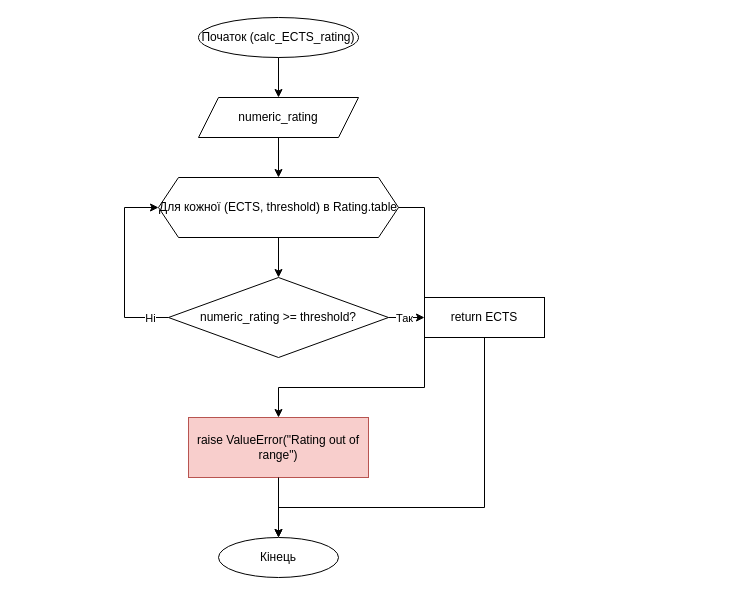
Figeiron/LabWork keeps this draw.io diagram as page "calc_ECTS_rating_logic" (2 of 3) of LabWork_8/doc/solution1.drawio.xml. Above is the earlier version. Source tidied: cells renumbered, new cells numbered last; positions are measured from the earlier drawing's top-left corner, leaving out a move shared by most shapes. Both pictures are drawn from the tidied source at 100%, with x=0, y=0 at pixel (124, 17).
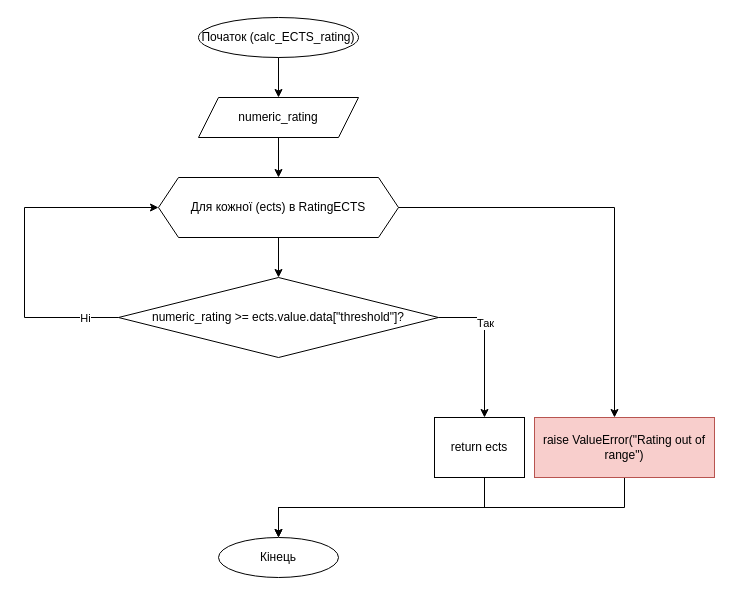
Above is the later version.

Unchanged cells that the change refers to:
```xml
<mxCell id="8" value="Кінець" style="ellipse;whiteSpace=wrap;html=1;" parent="1" vertex="1">
  <mxGeometry x="94" y="520" width="120" height="40" as="geometry" />
</mxCell>
```

What changed in the source:
```diff
@@
-    <mxCell id="4" value="Для кожної (ECTS, threshold) в Rating.table" style="shape=hexagon;perimeter=hexagonPerimeter2;whiteSpace=wrap;html=1;fixedSize=1;" parent="1" vertex="1">
+    <mxCell id="4" value="Для кожної (ects) в RatingECTS" style="shape=hexagon;perimeter=hexagonPerimeter2;whiteSpace=wrap;html=1;fixedSize=1;" parent="1" vertex="1">
       <mxGeometry x="34" y="160" width="240" height="60" as="geometry" />
     </mxCell>
-    <mxCell id="5" value="numeric_rating &gt;= threshold?" style="rhombus;whiteSpace=wrap;html=1;" parent="1" vertex="1">
-      <mxGeometry x="44" y="260" width="220" height="80" as="geometry" />
+    <mxCell id="5" value="numeric_rating &gt;= ects.value.data[&quot;threshold&quot;]?" style="rhombus;whiteSpace=wrap;html=1;" parent="1" vertex="1">
+      <mxGeometry x="-6" y="260" width="320" height="80" as="geometry" />
     </mxCell>
-    <mxCell id="6" value="return ECTS" style="rounded=1;whiteSpace=wrap;html=1;arcSize=0;" parent="1" vertex="1">
-      <mxGeometry x="300" y="280" width="120" height="40" as="geometry" />
+    <mxCell id="6" value="return ects" style="rounded=1;whiteSpace=wrap;html=1;arcSize=0;direction=south;" parent="1" vertex="1">
+      <mxGeometry x="310" y="400" width="90" height="60" as="geometry" />
     </mxCell>
+    <mxCell id="18" style="edgeStyle=orthogonalEdgeStyle;rounded=0;jettySize=auto;html=1;entryX=0.5;entryY=0;entryDx=0;entryDy=0;" parent="1" edge="1" source="7" target="8">
+      <mxGeometry relative="1" as="geometry">
+        <Array as="points">
+          <mxPoint x="500" y="490" />
+          <mxPoint x="154" y="490" />
+        </Array>
+      </mxGeometry>
+    </mxCell>
     <mxCell id="7" value="raise ValueError(&quot;Rating out of range&quot;)" style="whiteSpace=wrap;html=1;fillColor=#f8cecc;strokeColor=#b85450;" parent="1" vertex="1">
-      <mxGeometry x="64" y="400" width="180" height="60" as="geometry" />
+      <mxGeometry x="410" y="400" width="180" height="60" as="geometry" />
     </mxCell>
@@
     <mxCell id="12" style="edgeStyle=orthogonalEdgeStyle;rounded=0;jettySize=auto;html=1;" parent="1" edge="1" source="5" target="6">
-      <mxGeometry relative="1" as="geometry" />
+      <mxGeometry relative="1" as="geometry">
+        <Array as="points">
+          <mxPoint x="360" y="300" />
+        </Array>
+      </mxGeometry>
     </mxCell>
@@
     <mxCell id="14" style="edgeStyle=orthogonalEdgeStyle;rounded=0;jettySize=auto;html=1;entryX=0;entryY=0.5;entryDx=0;entryDy=0;" parent="1" edge="1" source="5" target="4">
       <mxGeometry relative="1" as="geometry">
         <Array as="points">
-          <mxPoint y="300" />
-          <mxPoint y="190" />
+          <mxPoint x="-100" y="300" />
+          <mxPoint x="-100" y="190" />
         </Array>
       </mxGeometry>
     </mxCell>
@@
     <mxCell id="16" style="edgeStyle=orthogonalEdgeStyle;rounded=0;jettySize=auto;html=1;" parent="1" edge="1" source="4" target="7">
       <mxGeometry relative="1" as="geometry">
         <Array as="points">
-          <mxPoint x="300" y="190" />
-          <mxPoint x="300" y="370" />
-          <mxPoint x="154" y="370" />
+          <mxPoint x="490" y="190" />
         </Array>
       </mxGeometry>
     </mxCell>
@@
-    <mxCell id="18" style="edgeStyle=orthogonalEdgeStyle;rounded=0;jettySize=auto;html=1;" parent="1" edge="1" source="7" target="8">
-      <mxGeometry relative="1" as="geometry" />
-    </mxCell>
```
